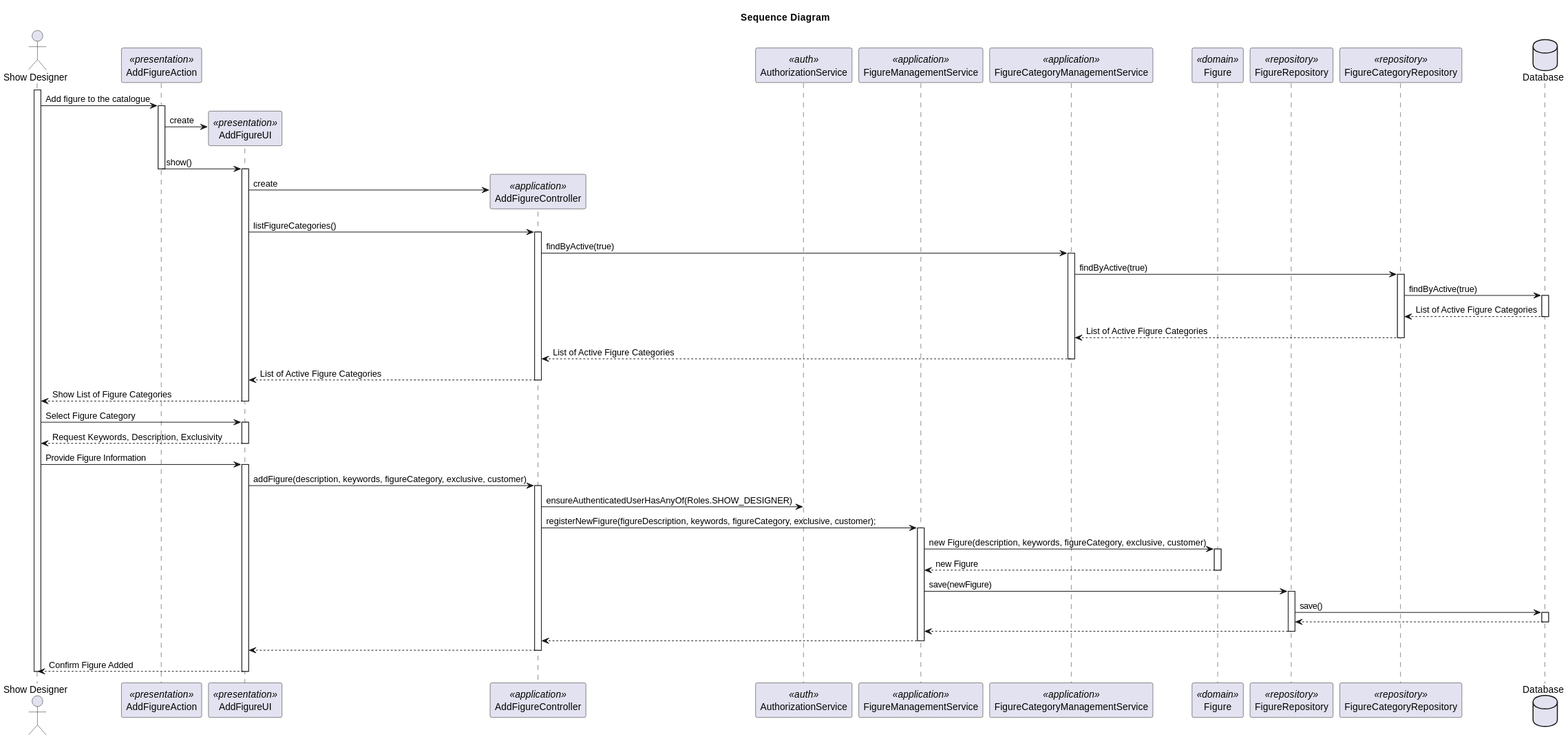
Before: docs/Sprint2/us_233/images/sequence-diagram-US233.svg, a diagram exported from PlantUML (rubenFreitas1/ISEP-LAPR4-2024-2025).
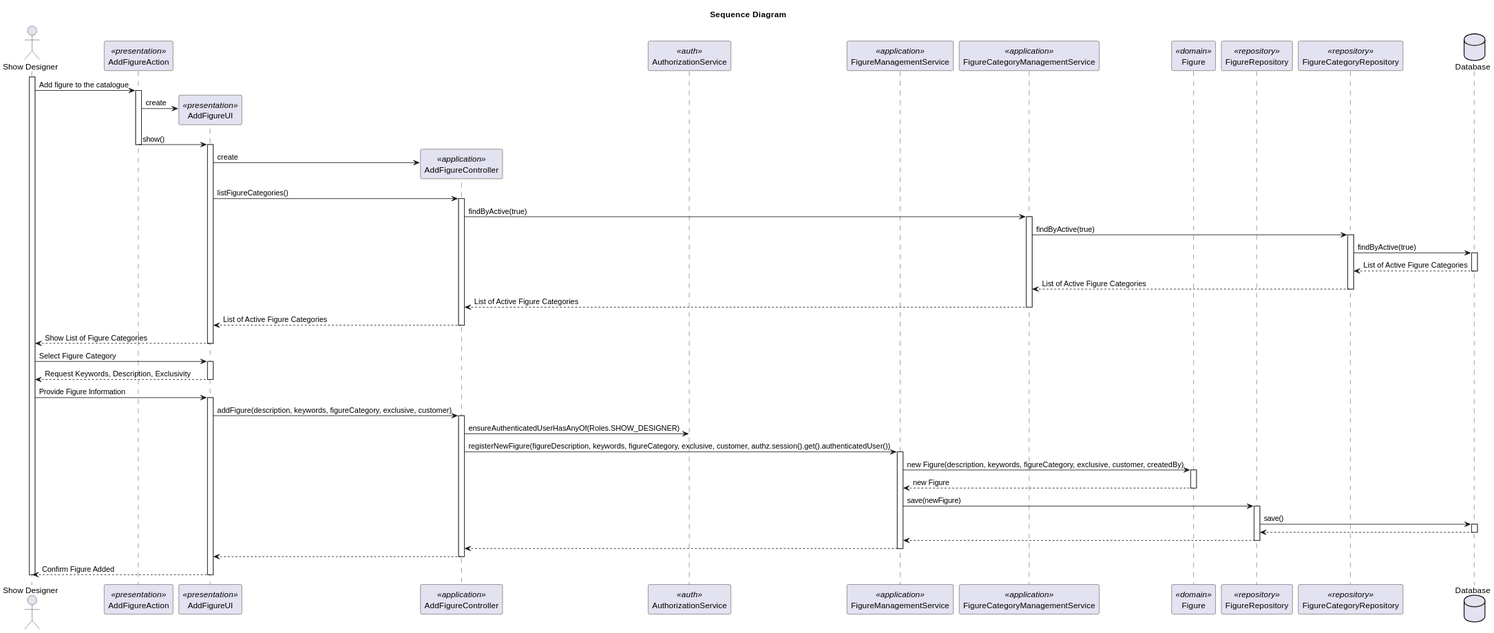
Above is the later version.

Diff of the diagram source:
```diff
@@ -70,10 +70,10 @@
 
                 deactivate AuthorizationService
 
-                Controller -> FigureManagementService : registerNewFigure(figureDescription, keywords, figureCategory, exclusive, customer);
+                Controller -> FigureManagementService : registerNewFigure(figureDescription, keywords, figureCategory, exclusive, customer, authz.session().get().authenticatedUser())
                 activate FigureManagementService
 
-                    FigureManagementService -> Figure: new Figure(description, keywords, figureCategory, exclusive, customer)
+                    FigureManagementService -> Figure: new Figure(description, keywords, figureCategory, exclusive, customer, createdBy)
                         activate Figure
 
                             Figure --> FigureManagementService: new Figure
```
